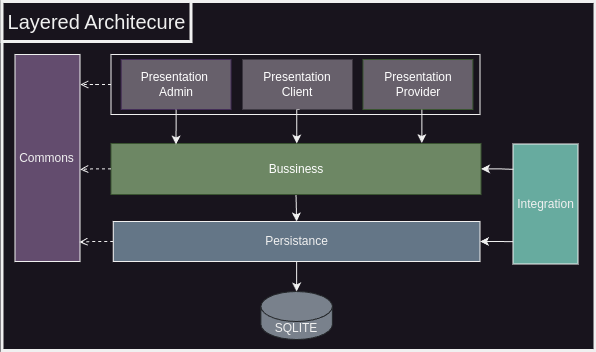
Above: images/layered_architecture.png in DamirDenis-Tudor/book-store.net (draw.io), before the change. Source tidied: cells renumbered, new cells last; positions are measured from the earlier drawing's top-left corner, leaving out a move shared by most shapes. The source it was exported from:
```xml
<mxGraphModel>
  <root>
    <mxCell id="0" />
    <mxCell id="1" parent="0" />
    <mxCell id="2" style="rounded=0;whiteSpace=wrap;html=1;strokeWidth=3;" parent="1" vertex="1">
      <mxGeometry x="0.5" width="593" height="349" as="geometry" />
    </mxCell>
    <mxCell id="3" style="rounded=0;whiteSpace=wrap;html=1;" parent="1" vertex="1">
      <mxGeometry x="109.5" y="53" width="369" height="60" as="geometry" />
    </mxCell>
    <mxCell id="4" style="edgeStyle=orthogonalEdgeStyle;rounded=0;jettySize=auto;html=1;exitX=0.5;exitY=1;exitDx=0;exitDy=0;entryX=0.5;entryY=0;entryDx=0;entryDy=0;" parent="1" edge="1" source="5" target="6">
      <mxGeometry relative="1" as="geometry" />
    </mxCell>
    <mxCell id="5" value="Bussiness" style="rounded=0;whiteSpace=wrap;html=1;fillColor=#6d8764;fontColor=#ffffff;strokeColor=#3A5431;" parent="1" vertex="1">
      <mxGeometry x="109.5" y="142" width="370" height="51" as="geometry" />
    </mxCell>
    <mxCell id="6" value="Persistance" style="rounded=0;whiteSpace=wrap;html=1;fillColor=#647687;" parent="1" vertex="1">
      <mxGeometry x="111.8" y="220" width="366.8" height="40" as="geometry" />
    </mxCell>
    <mxCell id="7" value="SQLITE" style="shape=cylinder3;whiteSpace=wrap;html=1;boundedLbl=1;backgroundOutline=1;size=15;strokeColor=#232629;fillColor=#79818C;" parent="1" vertex="1">
      <mxGeometry x="259.4" y="290" width="71.5" height="48" as="geometry" />
    </mxCell>
    <mxCell id="8" value="&lt;font style=&quot;font-size: 20px;&quot;&gt;Layered Architecure&lt;/font&gt;" style="rounded=0;whiteSpace=wrap;html=1;strokeWidth=3;" parent="1" vertex="1">
      <mxGeometry x="0.5" width="189" height="40" as="geometry" />
    </mxCell>
    <mxCell id="9" value="Commons" style="rounded=0;whiteSpace=wrap;html=1;fillColor=#634C6E;" parent="1" vertex="1">
      <mxGeometry x="13.5" y="53" width="65" height="207" as="geometry" />
    </mxCell>
    <mxCell id="10" style="edgeStyle=orthogonalEdgeStyle;rounded=0;orthogonalLoop=1;jettySize=auto;html=1;entryX=0.5;entryY=0;entryDx=0;entryDy=0;" parent="1" edge="1">
      <mxGeometry relative="1" as="geometry">
        <mxPoint x="298.1" y="108" as="sourcePoint" />
        <mxPoint x="295.2" y="142" as="targetPoint" />
      </mxGeometry>
    </mxCell>
    <mxCell id="11" value="Presentation&lt;br&gt;Client" style="rounded=0;whiteSpace=wrap;html=1;fillColor=#67606B;fontColor=#ffffff;strokeColor=none;" parent="1" vertex="1">
      <mxGeometry x="241.1" y="58" width="109.9" height="50" as="geometry" />
    </mxCell>
    <mxCell id="12" value="Presentation&amp;nbsp;&lt;div&gt;Admin&lt;/div&gt;" style="rounded=0;whiteSpace=wrap;html=1;fillColor=#67606B;fontColor=#ffffff;strokeColor=#432D57;" parent="1" vertex="1">
      <mxGeometry x="119.6" y="58" width="109.9" height="50" as="geometry" />
    </mxCell>
    <mxCell id="13" value="Presentation&lt;br&gt;Provider" style="rounded=0;whiteSpace=wrap;html=1;fillColor=#67606B;fontColor=#ffffff;strokeColor=#3A5431;" parent="1" vertex="1">
      <mxGeometry x="361.5" y="58" width="109.9" height="50" as="geometry" />
    </mxCell>
    <mxCell id="14" style="edgeStyle=orthogonalEdgeStyle;rounded=0;jettySize=auto;html=1;entryX=1.003;entryY=0.145;entryDx=0;entryDy=0;entryPerimeter=0;dashed=1;endArrow=open;endFill=0;" parent="1" edge="1" source="3" target="9">
      <mxGeometry relative="1" as="geometry" />
    </mxCell>
    <mxCell id="15" style="edgeStyle=orthogonalEdgeStyle;rounded=0;jettySize=auto;html=1;entryX=1.003;entryY=0.555;entryDx=0;entryDy=0;entryPerimeter=0;dashed=1;endArrow=open;endFill=0;" parent="1" edge="1" source="5" target="9">
      <mxGeometry relative="1" as="geometry" />
    </mxCell>
    <mxCell id="16" style="edgeStyle=orthogonalEdgeStyle;rounded=0;jettySize=auto;html=1;entryX=0.991;entryY=0.906;entryDx=0;entryDy=0;entryPerimeter=0;dashed=1;endArrow=open;endFill=0;" parent="1" edge="1" source="6" target="9">
      <mxGeometry relative="1" as="geometry" />
    </mxCell>
    <mxCell id="17" style="edgeStyle=orthogonalEdgeStyle;rounded=0;jettySize=auto;html=1;" parent="1" edge="1" source="12">
      <mxGeometry relative="1" as="geometry">
        <mxPoint x="174.5" y="143" as="targetPoint" />
      </mxGeometry>
    </mxCell>
    <mxCell id="18" style="edgeStyle=orthogonalEdgeStyle;rounded=0;jettySize=auto;html=1;entryX=0.84;entryY=-0.009;entryDx=0;entryDy=0;entryPerimeter=0;exitX=0.536;exitY=1.002;exitDx=0;exitDy=0;exitPerimeter=0;" parent="1" edge="1" source="13" target="5">
      <mxGeometry relative="1" as="geometry" />
    </mxCell>
    <mxCell id="19" style="edgeStyle=orthogonalEdgeStyle;rounded=0;jettySize=auto;html=1;entryX=0.5;entryY=0;entryDx=0;entryDy=0;entryPerimeter=0;" parent="1" edge="1" source="6" target="7">
      <mxGeometry relative="1" as="geometry" />
    </mxCell>
    <mxCell id="20" value="Integration" style="rounded=0;whiteSpace=wrap;html=1;fillColor=#67AB9F;" parent="1" vertex="1">
      <mxGeometry x="511.5" y="142.5" width="65" height="120" as="geometry" />
    </mxCell>
    <mxCell id="21" style="edgeStyle=orthogonalEdgeStyle;rounded=0;jettySize=auto;html=1;entryX=0.007;entryY=0.211;entryDx=0;entryDy=0;entryPerimeter=0;startArrow=classic;startFill=1;endArrow=none;endFill=0;" parent="1" edge="1" source="5" target="20">
      <mxGeometry relative="1" as="geometry" />
    </mxCell>
    <mxCell id="22" style="edgeStyle=orthogonalEdgeStyle;rounded=0;jettySize=auto;html=1;entryX=0.001;entryY=0.814;entryDx=0;entryDy=0;entryPerimeter=0;endArrow=none;endFill=0;startArrow=classic;startFill=1;" parent="1" edge="1" source="6" target="20">
      <mxGeometry relative="1" as="geometry" />
    </mxCell>
  </root>
</mxGraphModel>
```
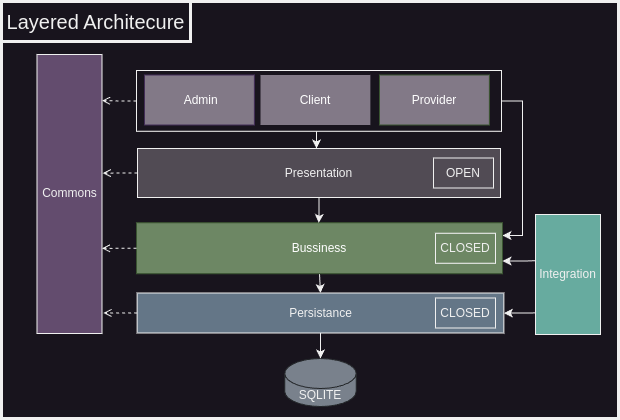
After the commit.

What changed in the source:
```diff
@@ -3,72 +3,98 @@
     <mxCell id="0" />
     <mxCell id="1" parent="0" />
     <mxCell id="2" style="rounded=0;whiteSpace=wrap;html=1;strokeWidth=3;" parent="1" vertex="1">
-      <mxGeometry x="0.5" width="593" height="349" as="geometry" />
+      <mxGeometry x="-22" width="617" height="417" as="geometry" />
     </mxCell>
-    <mxCell id="3" style="rounded=0;whiteSpace=wrap;html=1;" parent="1" vertex="1">
-      <mxGeometry x="109.5" y="53" width="369" height="60" as="geometry" />
+    <mxCell id="3" style="edgeStyle=orthogonalEdgeStyle;rounded=0;jettySize=auto;html=1;entryX=1;entryY=0.25;entryDx=0;entryDy=0;" parent="1" edge="1" source="4" target="7">
+      <mxGeometry relative="1" as="geometry">
+        <Array as="points">
+          <mxPoint x="499" y="99" />
+          <mxPoint x="499" y="234" />
+        </Array>
+      </mxGeometry>
     </mxCell>
-    <mxCell id="4" style="edgeStyle=orthogonalEdgeStyle;rounded=0;jettySize=auto;html=1;exitX=0.5;exitY=1;exitDx=0;exitDy=0;entryX=0.5;entryY=0;entryDx=0;entryDy=0;" parent="1" edge="1" source="5" target="6">
-      <mxGeometry relative="1" as="geometry" />
+    <mxCell id="4" style="rounded=0;whiteSpace=wrap;html=1;" parent="1" vertex="1">
+      <mxGeometry x="113" y="69" width="365" height="60.8" as="geometry" />
     </mxCell>
-    <mxCell id="5" value="Bussiness" style="rounded=0;whiteSpace=wrap;html=1;fillColor=#6d8764;fontColor=#ffffff;strokeColor=#3A5431;" parent="1" vertex="1">
-      <mxGeometry x="109.5" y="142" width="370" height="51" as="geometry" />
+    <mxCell id="5" value="Presentation" style="rounded=0;whiteSpace=wrap;html=1;fillColor=#514B54;" parent="1" vertex="1">
+      <mxGeometry x="114" y="147" width="363" height="49" as="geometry" />
     </mxCell>
-    <mxCell id="6" value="Persistance" style="rounded=0;whiteSpace=wrap;html=1;fillColor=#647687;" parent="1" vertex="1">
-      <mxGeometry x="111.8" y="220" width="366.8" height="40" as="geometry" />
+    <mxCell id="6" style="edgeStyle=orthogonalEdgeStyle;rounded=0;jettySize=auto;html=1;exitX=0.5;exitY=1;exitDx=0;exitDy=0;entryX=0.5;entryY=0;entryDx=0;entryDy=0;" parent="1" edge="1" source="7" target="8">
+      <mxGeometry relative="1" as="geometry" />
     </mxCell>
-    <mxCell id="7" value="SQLITE" style="shape=cylinder3;whiteSpace=wrap;html=1;boundedLbl=1;backgroundOutline=1;size=15;strokeColor=#232629;fillColor=#79818C;" parent="1" vertex="1">
-      <mxGeometry x="259.4" y="290" width="71.5" height="48" as="geometry" />
+    <mxCell id="7" value="Bussiness" style="rounded=0;whiteSpace=wrap;html=1;fillColor=#6d8764;fontColor=#ffffff;strokeColor=#3A5431;" parent="1" vertex="1">
+      <mxGeometry x="113" y="221.2" width="366" height="51" as="geometry" />
     </mxCell>
-    <mxCell id="8" value="&lt;font style=&quot;font-size: 20px;&quot;&gt;Layered Architecure&lt;/font&gt;" style="rounded=0;whiteSpace=wrap;html=1;strokeWidth=3;" parent="1" vertex="1">
-      <mxGeometry x="0.5" width="189" height="40" as="geometry" />
+    <mxCell id="8" value="Persistance" style="rounded=0;whiteSpace=wrap;html=1;fillColor=#647687;" parent="1" vertex="1">
+      <mxGeometry x="113.6" y="291.5" width="366.8" height="40" as="geometry" />
     </mxCell>
-    <mxCell id="9" value="Commons" style="rounded=0;whiteSpace=wrap;html=1;fillColor=#634C6E;" parent="1" vertex="1">
-      <mxGeometry x="13.5" y="53" width="65" height="207" as="geometry" />
+    <mxCell id="9" value="SQLITE" style="shape=cylinder3;whiteSpace=wrap;html=1;boundedLbl=1;backgroundOutline=1;size=15;strokeColor=#232629;fillColor=#79818C;" parent="1" vertex="1">
+      <mxGeometry x="261.2" y="357" width="71.5" height="48" as="geometry" />
     </mxCell>
-    <mxCell id="10" style="edgeStyle=orthogonalEdgeStyle;rounded=0;orthogonalLoop=1;jettySize=auto;html=1;entryX=0.5;entryY=0;entryDx=0;entryDy=0;" parent="1" edge="1">
-      <mxGeometry relative="1" as="geometry">
-        <mxPoint x="298.1" y="108" as="sourcePoint" />
-        <mxPoint x="295.2" y="142" as="targetPoint" />
-      </mxGeometry>
+    <mxCell id="10" value="&lt;font style=&quot;font-size: 20px;&quot;&gt;Layered Architecure&lt;/font&gt;" style="rounded=0;whiteSpace=wrap;html=1;strokeWidth=3;" parent="1" vertex="1">
+      <mxGeometry x="-22" width="189" height="40" as="geometry" />
     </mxCell>
-    <mxCell id="11" value="Presentation&lt;br&gt;Client" style="rounded=0;whiteSpace=wrap;html=1;fillColor=#67606B;fontColor=#ffffff;strokeColor=none;" parent="1" vertex="1">
-      <mxGeometry x="241.1" y="58" width="109.9" height="50" as="geometry" />
+    <mxCell id="11" value="Commons" style="rounded=0;whiteSpace=wrap;html=1;fillColor=#634C6E;" parent="1" vertex="1">
+      <mxGeometry x="13.5" y="53" width="65" height="279" as="geometry" />
     </mxCell>
-    <mxCell id="12" value="Presentation&amp;nbsp;&lt;div&gt;Admin&lt;/div&gt;" style="rounded=0;whiteSpace=wrap;html=1;fillColor=#67606B;fontColor=#ffffff;strokeColor=#432D57;" parent="1" vertex="1">
-      <mxGeometry x="119.6" y="58" width="109.9" height="50" as="geometry" />
+    <mxCell id="12" style="edgeStyle=orthogonalEdgeStyle;rounded=0;orthogonalLoop=1;jettySize=auto;html=1;" parent="1" edge="1">
+      <mxGeometry relative="1" as="geometry">
+        <mxPoint x="293" y="130" as="sourcePoint" />
+        <mxPoint x="293" y="147" as="targetPoint" />
+        <Array as="points">
+          <mxPoint x="293" y="143" />
+          <mxPoint x="293" y="143" />
+        </Array>
+      </mxGeometry>
     </mxCell>
-    <mxCell id="13" value="Presentation&lt;br&gt;Provider" style="rounded=0;whiteSpace=wrap;html=1;fillColor=#67606B;fontColor=#ffffff;strokeColor=#3A5431;" parent="1" vertex="1">
-      <mxGeometry x="361.5" y="58" width="109.9" height="50" as="geometry" />
+    <mxCell id="13" value="Client" style="rounded=0;whiteSpace=wrap;html=1;fillColor=#827987;fontColor=#ffffff;strokeColor=none;" parent="1" vertex="1">
+      <mxGeometry x="237" y="73.5" width="109.9" height="50" as="geometry" />
     </mxCell>
-    <mxCell id="14" style="edgeStyle=orthogonalEdgeStyle;rounded=0;jettySize=auto;html=1;entryX=1.003;entryY=0.145;entryDx=0;entryDy=0;entryPerimeter=0;dashed=1;endArrow=open;endFill=0;" parent="1" edge="1" source="3" target="9">
-      <mxGeometry relative="1" as="geometry" />
+    <mxCell id="14" value="&amp;nbsp;&lt;span style=&quot;background-color: initial;&quot;&gt;Admin&lt;/span&gt;" style="rounded=0;whiteSpace=wrap;html=1;fillColor=#827987;fontColor=#ffffff;strokeColor=#432D57;" parent="1" vertex="1">
+      <mxGeometry x="121" y="73.5" width="109.9" height="50" as="geometry" />
     </mxCell>
-    <mxCell id="15" style="edgeStyle=orthogonalEdgeStyle;rounded=0;jettySize=auto;html=1;entryX=1.003;entryY=0.555;entryDx=0;entryDy=0;entryPerimeter=0;dashed=1;endArrow=open;endFill=0;" parent="1" edge="1" source="5" target="9">
-      <mxGeometry relative="1" as="geometry" />
+    <mxCell id="15" value="Provider" style="rounded=0;whiteSpace=wrap;html=1;fillColor=#827987;fontColor=#ffffff;strokeColor=#3A5431;" parent="1" vertex="1">
+      <mxGeometry x="356" y="73.5" width="109.9" height="50" as="geometry" />
     </mxCell>
-    <mxCell id="16" style="edgeStyle=orthogonalEdgeStyle;rounded=0;jettySize=auto;html=1;entryX=0.991;entryY=0.906;entryDx=0;entryDy=0;entryPerimeter=0;dashed=1;endArrow=open;endFill=0;" parent="1" edge="1" source="6" target="9">
+    <mxCell id="16" style="edgeStyle=orthogonalEdgeStyle;rounded=0;jettySize=auto;html=1;entryX=1.012;entryY=0.425;entryDx=0;entryDy=0;entryPerimeter=0;dashed=1;endArrow=open;endFill=0;" parent="1" edge="1" source="5" target="11">
       <mxGeometry relative="1" as="geometry" />
     </mxCell>
-    <mxCell id="17" style="edgeStyle=orthogonalEdgeStyle;rounded=0;jettySize=auto;html=1;" parent="1" edge="1" source="12">
-      <mxGeometry relative="1" as="geometry">
-        <mxPoint x="174.5" y="143" as="targetPoint" />
-      </mxGeometry>
+    <mxCell id="17" style="edgeStyle=orthogonalEdgeStyle;rounded=0;jettySize=auto;html=1;entryX=1;entryY=0.695;entryDx=0;entryDy=0;entryPerimeter=0;dashed=1;endArrow=open;endFill=0;" parent="1" edge="1" source="7" target="11">
+      <mxGeometry relative="1" as="geometry" />
     </mxCell>
-    <mxCell id="18" style="edgeStyle=orthogonalEdgeStyle;rounded=0;jettySize=auto;html=1;entryX=0.84;entryY=-0.009;entryDx=0;entryDy=0;entryPerimeter=0;exitX=0.536;exitY=1.002;exitDx=0;exitDy=0;exitPerimeter=0;" parent="1" edge="1" source="13" target="5">
+    <mxCell id="18" style="edgeStyle=orthogonalEdgeStyle;rounded=0;jettySize=auto;html=1;entryX=1.022;entryY=0.926;entryDx=0;entryDy=0;entryPerimeter=0;dashed=1;endArrow=open;endFill=0;" parent="1" edge="1" source="8" target="11">
       <mxGeometry relative="1" as="geometry" />
     </mxCell>
-    <mxCell id="19" style="edgeStyle=orthogonalEdgeStyle;rounded=0;jettySize=auto;html=1;entryX=0.5;entryY=0;entryDx=0;entryDy=0;entryPerimeter=0;" parent="1" edge="1" source="6" target="7">
+    <mxCell id="19" style="edgeStyle=orthogonalEdgeStyle;rounded=0;jettySize=auto;html=1;entryX=0.5;entryY=0;entryDx=0;entryDy=0;entryPerimeter=0;" parent="1" edge="1" source="8" target="9">
       <mxGeometry relative="1" as="geometry" />
     </mxCell>
     <mxCell id="20" value="Integration" style="rounded=0;whiteSpace=wrap;html=1;fillColor=#67AB9F;" parent="1" vertex="1">
-      <mxGeometry x="511.5" y="142.5" width="65" height="120" as="geometry" />
+      <mxGeometry x="512" y="213" width="65" height="120" as="geometry" />
     </mxCell>
-    <mxCell id="21" style="edgeStyle=orthogonalEdgeStyle;rounded=0;jettySize=auto;html=1;entryX=0.007;entryY=0.211;entryDx=0;entryDy=0;entryPerimeter=0;startArrow=classic;startFill=1;endArrow=none;endFill=0;" parent="1" edge="1" source="5" target="20">
-      <mxGeometry relative="1" as="geometry" />
+    <mxCell id="21" style="edgeStyle=orthogonalEdgeStyle;rounded=0;jettySize=auto;html=1;startArrow=classic;startFill=1;endArrow=none;endFill=0;entryX=0.008;entryY=0.385;entryDx=0;entryDy=0;entryPerimeter=0;exitX=1;exitY=0.75;exitDx=0;exitDy=0;" parent="1" edge="1" source="7" target="20">
+      <mxGeometry relative="1" as="geometry">
+        <Array as="points">
+          <mxPoint x="499" y="260" />
+        </Array>
+      </mxGeometry>
     </mxCell>
-    <mxCell id="22" style="edgeStyle=orthogonalEdgeStyle;rounded=0;jettySize=auto;html=1;entryX=0.001;entryY=0.814;entryDx=0;entryDy=0;entryPerimeter=0;endArrow=none;endFill=0;startArrow=classic;startFill=1;" parent="1" edge="1" source="6" target="20">
+    <mxCell id="22" style="edgeStyle=orthogonalEdgeStyle;rounded=0;jettySize=auto;html=1;entryX=-0.003;entryY=0.82;entryDx=0;entryDy=0;entryPerimeter=0;endArrow=none;endFill=0;startArrow=classic;startFill=1;" parent="1" edge="1" source="8" target="20">
       <mxGeometry relative="1" as="geometry" />
     </mxCell>
+    <mxCell id="23" style="edgeStyle=orthogonalEdgeStyle;rounded=0;jettySize=auto;html=1;entryX=1;entryY=0.165;entryDx=0;entryDy=0;entryPerimeter=0;dashed=1;endArrow=open;endFill=0;" parent="1" edge="1" source="4" target="11">
+      <mxGeometry relative="1" as="geometry" />
+    </mxCell>
+    <mxCell id="24" value="OPEN" style="text;html=1;align=center;verticalAlign=middle;whiteSpace=wrap;rounded=0;strokeColor=default;" parent="1" vertex="1">
+      <mxGeometry x="410" y="156.5" width="60" height="30" as="geometry" />
+    </mxCell>
+    <mxCell id="25" value="CLOSED" style="text;html=1;align=center;verticalAlign=middle;whiteSpace=wrap;rounded=0;strokeColor=default;" parent="1" vertex="1">
+      <mxGeometry x="412" y="231.8" width="60" height="30" as="geometry" />
+    </mxCell>
+    <mxCell id="26" value="CLOSED" style="text;html=1;align=center;verticalAlign=middle;whiteSpace=wrap;rounded=0;strokeColor=default;" parent="1" vertex="1">
+      <mxGeometry x="412" y="296.5" width="60" height="30" as="geometry" />
+    </mxCell>
+    <mxCell id="27" style="edgeStyle=orthogonalEdgeStyle;rounded=0;jettySize=auto;html=1;entryX=0.498;entryY=0.002;entryDx=0;entryDy=0;entryPerimeter=0;" parent="1" edge="1" source="5" target="7">
+      <mxGeometry relative="1" as="geometry" />
+    </mxCell>
   </root>
 </mxGraphModel>
```
